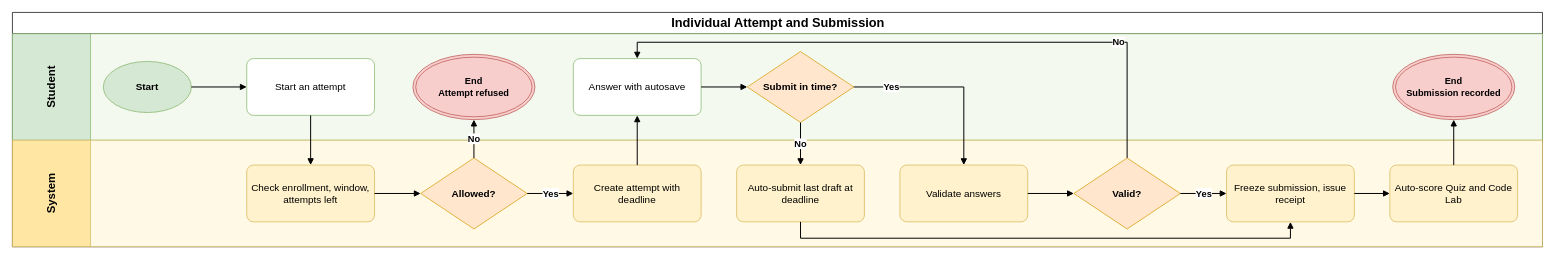
Before: aidlc-docs/inception/main-business-flows/BF-04-Individual-Attempt-and-Submission.drawio in hygef-v4/AI-Powered-Learning-Platform, a draw.io diagram. Source tidied: cells renumbered, new cells numbered last; positions are measured from the earlier drawing's top-left corner, leaving out a move shared by most shapes. Both pictures are drawn from the tidied source at 71%, with x=0, y=0 at pixel (12, 12).
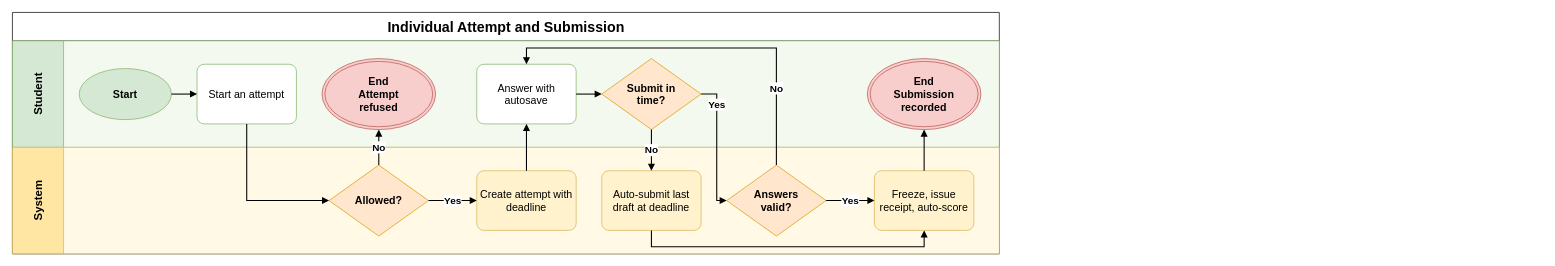
The same diagram, later.

The edit, as a diff of the source:
```diff
@@
-    <mxCell id="2" value="Individual Attempt and Submission" style="swimlane;horizontal=1;startSize=30;html=1;fontSize=18;fontStyle=1;align=center;verticalAlign=middle;" parent="1" vertex="1">
-      <mxGeometry width="2155" height="330" as="geometry" />
+    <mxCell id="2" value="Individual Attempt and Submission" style="swimlane;horizontal=1;startSize=40;html=1;fontSize=20;fontStyle=1;align=center;verticalAlign=middle;" parent="1" vertex="1">
+      <mxGeometry width="1390" height="340" as="geometry" />
     </mxCell>
-    <mxCell id="3" value="Student" style="swimlane;startSize=110;horizontal=0;html=1;whiteSpace=wrap;fillColor=#D5E8D4;swimlaneFillColor=#F3F9EE;strokeColor=#82B366;fontSize=16;fontStyle=1;align=center;verticalAlign=middle;spacing=6;" parent="2" vertex="1">
-      <mxGeometry y="30" width="2155" height="150" as="geometry" />
+    <mxCell id="3" value="Student" style="swimlane;startSize=72;horizontal=0;html=1;whiteSpace=wrap;fillColor=#D5E8D4;swimlaneFillColor=#F3F9EE;strokeColor=#82B366;fontSize=16;fontStyle=1;align=center;verticalAlign=middle;spacing=4;" parent="2" vertex="1">
+      <mxGeometry y="40" width="1390" height="150" as="geometry" />
     </mxCell>
-    <mxCell id="4" value="System" style="swimlane;startSize=110;horizontal=0;html=1;whiteSpace=wrap;fillColor=#FFE6A3;swimlaneFillColor=#FFF9E6;strokeColor=#D6B656;fontSize=16;fontStyle=1;align=center;verticalAlign=middle;spacing=6;" parent="2" vertex="1">
-      <mxGeometry y="180" width="2155" height="150" as="geometry" />
+    <mxCell id="4" value="System" style="swimlane;startSize=72;horizontal=0;html=1;whiteSpace=wrap;fillColor=#FFE6A3;swimlaneFillColor=#FFF9E6;strokeColor=#D6B656;fontSize=16;fontStyle=1;align=center;verticalAlign=middle;spacing=4;" parent="2" vertex="1">
+      <mxGeometry y="190" width="1390" height="150" as="geometry" />
     </mxCell>
-    <mxCell id="5" value="Start" style="ellipse;whiteSpace=wrap;html=1;fillColor=#D5E8D4;strokeColor=#82B366;fontStyle=1;fontSize=14;" parent="3" vertex="1">
-      <mxGeometry x="128" y="39" width="124" height="72" as="geometry" />
+    <mxCell id="5" value="Start" style="ellipse;whiteSpace=wrap;html=1;fillColor=#D5E8D4;strokeColor=#82B366;fontStyle=1;fontSize=15;" parent="3" vertex="1">
+      <mxGeometry x="94" y="39" width="130" height="72" as="geometry" />
     </mxCell>
-    <mxCell id="6" value="Start an attempt" style="rounded=1;whiteSpace=wrap;html=1;fillColor=#FFFFFF;strokeColor=#82B366;fontSize=14;spacing=6;arcSize=12;" parent="3" vertex="1">
-      <mxGeometry x="330" y="35" width="180" height="80" as="geometry" />
+    <mxCell id="6" value="Start an attempt" style="rounded=1;whiteSpace=wrap;html=1;fillColor=#FFFFFF;strokeColor=#82B366;fontSize=15;spacing=5;arcSize=12;" parent="3" vertex="1">
+      <mxGeometry x="260" y="33" width="140" height="84" as="geometry" />
     </mxCell>
-    <mxCell id="7" value="Check enrollment, window, attempts left" style="rounded=1;whiteSpace=wrap;html=1;fillColor=#FFF2CC;strokeColor=#D6B656;fontSize=14;spacing=6;arcSize=12;" parent="4" vertex="1">
-      <mxGeometry x="330" y="35" width="180" height="80" as="geometry" />
-    </mxCell>
-    <mxCell id="8" value="Allowed?" style="rhombus;whiteSpace=wrap;html=1;fillColor=#FFE6CC;strokeColor=#D79B00;fontStyle=1;fontSize=14;spacing=2;" parent="4" vertex="1">
-      <mxGeometry x="575" y="25" width="150" height="100" as="geometry" />
+    <mxCell id="8" value="Allowed?" style="rhombus;whiteSpace=wrap;html=1;fillColor=#FFE6CC;strokeColor=#D79B00;fontStyle=1;fontSize=15;spacing=2;spacingLeft=24;spacingRight=24;" parent="4" vertex="1">
+      <mxGeometry x="446" y="25" width="140" height="100" as="geometry" />
     </mxCell>
-    <mxCell id="9" value="End&lt;br&gt;Attempt refused" style="ellipse;shape=doubleEllipse;whiteSpace=wrap;html=1;fillColor=#F8CECC;strokeColor=#B85450;fontStyle=1;fontSize=13;" parent="3" vertex="1">
-      <mxGeometry x="564" y="29" width="172" height="92" as="geometry" />
+    <mxCell id="9" value="End&lt;br&gt;Attempt refused" style="ellipse;shape=doubleEllipse;whiteSpace=wrap;html=1;fillColor=#F8CECC;strokeColor=#B85450;fontStyle=1;fontSize=15;spacingLeft=26;spacingRight=26;" parent="3" vertex="1">
+      <mxGeometry x="436" y="25" width="160" height="100" as="geometry" />
     </mxCell>
-    <mxCell id="10" value="Create attempt with deadline" style="rounded=1;whiteSpace=wrap;html=1;fillColor=#FFF2CC;strokeColor=#D6B656;fontSize=14;spacing=6;arcSize=12;" parent="4" vertex="1">
-      <mxGeometry x="790" y="35" width="180" height="80" as="geometry" />
+    <mxCell id="10" value="Create attempt with deadline" style="rounded=1;whiteSpace=wrap;html=1;fillColor=#FFF2CC;strokeColor=#D6B656;fontSize=15;spacing=5;arcSize=12;" parent="4" vertex="1">
+      <mxGeometry x="654" y="33" width="140" height="84" as="geometry" />
     </mxCell>
-    <mxCell id="11" value="Answer with autosave" style="rounded=1;whiteSpace=wrap;html=1;fillColor=#FFFFFF;strokeColor=#82B366;fontSize=14;spacing=6;arcSize=12;" parent="3" vertex="1">
-      <mxGeometry x="790" y="35" width="180" height="80" as="geometry" />
+    <mxCell id="11" value="Answer with autosave" style="rounded=1;whiteSpace=wrap;html=1;fillColor=#FFFFFF;strokeColor=#82B366;fontSize=15;spacing=5;arcSize=12;" parent="3" vertex="1">
+      <mxGeometry x="654" y="33" width="140" height="84" as="geometry" />
     </mxCell>
-    <mxCell id="12" value="Submit in time?" style="rhombus;whiteSpace=wrap;html=1;fillColor=#FFE6CC;strokeColor=#D79B00;fontStyle=1;fontSize=14;spacing=2;" parent="3" vertex="1">
-      <mxGeometry x="1035" y="25" width="150" height="100" as="geometry" />
+    <mxCell id="12" value="Submit in time?" style="rhombus;whiteSpace=wrap;html=1;fillColor=#FFE6CC;strokeColor=#D79B00;fontStyle=1;fontSize=15;spacing=2;spacingLeft=24;spacingRight=24;" parent="3" vertex="1">
+      <mxGeometry x="830" y="25" width="140" height="100" as="geometry" />
     </mxCell>
-    <mxCell id="13" value="Auto-submit last draft at deadline" style="rounded=1;whiteSpace=wrap;html=1;fillColor=#FFF2CC;strokeColor=#D6B656;fontSize=14;spacing=6;arcSize=12;" parent="4" vertex="1">
-      <mxGeometry x="1020" y="35" width="180" height="80" as="geometry" />
+    <mxCell id="13" value="Auto-submit last draft at deadline" style="rounded=1;whiteSpace=wrap;html=1;fillColor=#FFF2CC;strokeColor=#D6B656;fontSize=15;spacing=5;arcSize=12;" parent="4" vertex="1">
+      <mxGeometry x="830" y="33" width="140" height="84" as="geometry" />
     </mxCell>
-    <mxCell id="14" value="Validate answers" style="rounded=1;whiteSpace=wrap;html=1;fillColor=#FFF2CC;strokeColor=#D6B656;fontSize=14;spacing=6;arcSize=12;" parent="4" vertex="1">
-      <mxGeometry x="1250" y="35" width="180" height="80" as="geometry" />
-    </mxCell>
-    <mxCell id="15" value="Valid?" style="rhombus;whiteSpace=wrap;html=1;fillColor=#FFE6CC;strokeColor=#D79B00;fontStyle=1;fontSize=14;spacing=2;" parent="4" vertex="1">
-      <mxGeometry x="1495" y="25" width="150" height="100" as="geometry" />
+    <mxCell id="15" value="Answers valid?" style="rhombus;whiteSpace=wrap;html=1;fillColor=#FFE6CC;strokeColor=#D79B00;fontStyle=1;fontSize=15;spacing=2;spacingLeft=24;spacingRight=24;" parent="4" vertex="1">
+      <mxGeometry x="1006" y="25" width="140" height="100" as="geometry" />
     </mxCell>
-    <mxCell id="16" value="Freeze submission, issue receipt" style="rounded=1;whiteSpace=wrap;html=1;fillColor=#FFF2CC;strokeColor=#D6B656;fontSize=14;spacing=6;arcSize=12;" parent="4" vertex="1">
-      <mxGeometry x="1710" y="35" width="180" height="80" as="geometry" />
+    <mxCell id="16" value="Freeze, issue receipt, auto-score" style="rounded=1;whiteSpace=wrap;html=1;fillColor=#FFF2CC;strokeColor=#D6B656;fontSize=15;spacing=5;arcSize=12;" parent="4" vertex="1">
+      <mxGeometry x="1214.1" y="33" width="140" height="84" as="geometry" />
     </mxCell>
-    <mxCell id="17" value="Auto-score Quiz and Code Lab" style="rounded=1;whiteSpace=wrap;html=1;fillColor=#FFF2CC;strokeColor=#D6B656;fontSize=14;spacing=6;arcSize=12;" parent="4" vertex="1">
-      <mxGeometry x="1940" y="35" width="180" height="80" as="geometry" />
-    </mxCell>
-    <mxCell id="18" value="End&lt;br&gt;Submission recorded" style="ellipse;shape=doubleEllipse;whiteSpace=wrap;html=1;fillColor=#F8CECC;strokeColor=#B85450;fontStyle=1;fontSize=13;" parent="3" vertex="1">
-      <mxGeometry x="1944" y="29" width="172" height="92" as="geometry" />
+    <mxCell id="18" value="End&lt;br&gt;Submission recorded" style="ellipse;shape=doubleEllipse;whiteSpace=wrap;html=1;fillColor=#F8CECC;strokeColor=#B85450;fontStyle=1;fontSize=15;spacingLeft=26;spacingRight=26;" parent="3" vertex="1">
+      <mxGeometry x="1204.1" y="25" width="160" height="100" as="geometry" />
     </mxCell>
-    <mxCell id="19" style="edgeStyle=orthogonalEdgeStyle;rounded=0;jettySize=18;html=1;endArrow=block;endFill=1;strokeWidth=1.4;labelBackgroundColor=#FFFFFF;fontSize=13;fontStyle=1;exitX=1;exitY=0.5;exitDx=0;exitDy=0;entryX=0;entryY=0.5;entryDx=0;entryDy=0;" parent="1" edge="1" source="5" target="6">
+    <mxCell id="19" style="edgeStyle=orthogonalEdgeStyle;rounded=0;jettySize=18;html=1;endArrow=block;endFill=1;strokeWidth=1.5;labelBackgroundColor=#FFFFFF;fontSize=14;fontStyle=1;exitX=1;exitY=0.5;exitDx=0;exitDy=0;entryX=0;entryY=0.5;entryDx=0;entryDy=0;" parent="1" edge="1" source="5" target="6">
       <mxGeometry relative="1" as="geometry" />
     </mxCell>
-    <mxCell id="20" style="edgeStyle=orthogonalEdgeStyle;rounded=0;jettySize=18;html=1;endArrow=block;endFill=1;strokeWidth=1.4;labelBackgroundColor=#FFFFFF;fontSize=13;fontStyle=1;exitX=0.5;exitY=1;exitDx=0;exitDy=0;entryX=0.5;entryY=0;entryDx=0;entryDy=0;" parent="1" edge="1" source="6" target="7">
-      <mxGeometry relative="1" as="geometry" />
+    <mxCell id="20" style="edgeStyle=orthogonalEdgeStyle;rounded=0;jettySize=18;html=1;endArrow=block;endFill=1;strokeWidth=1.5;labelBackgroundColor=#FFFFFF;fontSize=14;fontStyle=1;exitX=0.5;exitY=1;exitDx=0;exitDy=0;entryX=0;entryY=0.5;entryDx=0;entryDy=0;" parent="1" edge="1" source="6" target="8">
+      <mxGeometry relative="1" as="geometry">
+        <Array as="points">
+          <mxPoint x="330" y="265" />
+        </Array>
+      </mxGeometry>
     </mxCell>
-    <mxCell id="21" style="edgeStyle=orthogonalEdgeStyle;rounded=0;jettySize=18;html=1;endArrow=block;endFill=1;strokeWidth=1.4;labelBackgroundColor=#FFFFFF;fontSize=13;fontStyle=1;exitX=1;exitY=0.5;exitDx=0;exitDy=0;entryX=0;entryY=0.5;entryDx=0;entryDy=0;" parent="1" edge="1" source="7" target="8">
+    <mxCell id="21" value="No" style="edgeStyle=orthogonalEdgeStyle;rounded=0;jettySize=18;html=1;endArrow=block;endFill=1;strokeWidth=1.5;labelBackgroundColor=#FFFFFF;fontSize=14;fontStyle=1;exitX=0.5;exitY=0;exitDx=0;exitDy=0;entryX=0.5;entryY=1;entryDx=0;entryDy=0;" parent="1" edge="1" source="8" target="9">
       <mxGeometry relative="1" as="geometry" />
     </mxCell>
-    <mxCell id="22" value="No" style="edgeStyle=orthogonalEdgeStyle;rounded=0;jettySize=18;html=1;endArrow=block;endFill=1;strokeWidth=1.4;labelBackgroundColor=#FFFFFF;fontSize=13;fontStyle=1;exitX=0.5;exitY=0;exitDx=0;exitDy=0;entryX=0.5;entryY=1;entryDx=0;entryDy=0;" parent="1" edge="1" source="8" target="9">
+    <mxCell id="22" value="Yes" style="edgeStyle=orthogonalEdgeStyle;rounded=0;jettySize=18;html=1;endArrow=block;endFill=1;strokeWidth=1.5;labelBackgroundColor=#FFFFFF;fontSize=14;fontStyle=1;exitX=1;exitY=0.5;exitDx=0;exitDy=0;entryX=0;entryY=0.5;entryDx=0;entryDy=0;" parent="1" edge="1" source="8" target="10">
       <mxGeometry relative="1" as="geometry" />
     </mxCell>
-    <mxCell id="23" value="Yes" style="edgeStyle=orthogonalEdgeStyle;rounded=0;jettySize=18;html=1;endArrow=block;endFill=1;strokeWidth=1.4;labelBackgroundColor=#FFFFFF;fontSize=13;fontStyle=1;exitX=1;exitY=0.5;exitDx=0;exitDy=0;entryX=0;entryY=0.5;entryDx=0;entryDy=0;" parent="1" edge="1" source="8" target="10">
+    <mxCell id="23" style="edgeStyle=orthogonalEdgeStyle;rounded=0;jettySize=18;html=1;endArrow=block;endFill=1;strokeWidth=1.5;labelBackgroundColor=#FFFFFF;fontSize=14;fontStyle=1;exitX=0.5;exitY=0;exitDx=0;exitDy=0;entryX=0.5;entryY=1;entryDx=0;entryDy=0;" parent="1" edge="1" source="10" target="11">
       <mxGeometry relative="1" as="geometry" />
     </mxCell>
-    <mxCell id="24" style="edgeStyle=orthogonalEdgeStyle;rounded=0;jettySize=18;html=1;endArrow=block;endFill=1;strokeWidth=1.4;labelBackgroundColor=#FFFFFF;fontSize=13;fontStyle=1;exitX=0.5;exitY=0;exitDx=0;exitDy=0;entryX=0.5;entryY=1;entryDx=0;entryDy=0;" parent="1" edge="1" source="10" target="11">
+    <mxCell id="24" style="edgeStyle=orthogonalEdgeStyle;rounded=0;jettySize=18;html=1;endArrow=block;endFill=1;strokeWidth=1.5;labelBackgroundColor=#FFFFFF;fontSize=14;fontStyle=1;exitX=1;exitY=0.5;exitDx=0;exitDy=0;entryX=0;entryY=0.5;entryDx=0;entryDy=0;" parent="1" edge="1" source="11" target="12">
       <mxGeometry relative="1" as="geometry" />
     </mxCell>
-    <mxCell id="25" style="edgeStyle=orthogonalEdgeStyle;rounded=0;jettySize=18;html=1;endArrow=block;endFill=1;strokeWidth=1.4;labelBackgroundColor=#FFFFFF;fontSize=13;fontStyle=1;exitX=1;exitY=0.5;exitDx=0;exitDy=0;entryX=0;entryY=0.5;entryDx=0;entryDy=0;" parent="1" edge="1" source="11" target="12">
-      <mxGeometry relative="1" as="geometry" />
+    <mxCell id="25" value="Yes" style="edgeStyle=orthogonalEdgeStyle;rounded=0;jettySize=18;html=1;endArrow=block;endFill=1;strokeWidth=1.5;labelBackgroundColor=#FFFFFF;fontSize=14;fontStyle=1;exitX=1;exitY=0.5;exitDx=0;exitDy=0;entryX=0;entryY=0.5;entryDx=0;entryDy=0;" parent="1" edge="1" source="12" target="15">
+      <mxGeometry x="-0.6" relative="1" as="geometry">
+        <Array as="points">
+          <mxPoint x="992" y="115" />
+          <mxPoint x="992" y="265" />
+        </Array>
+      </mxGeometry>
     </mxCell>
-    <mxCell id="26" value="Yes" style="edgeStyle=orthogonalEdgeStyle;rounded=0;jettySize=18;html=1;endArrow=block;endFill=1;strokeWidth=1.4;labelBackgroundColor=#FFFFFF;fontSize=13;fontStyle=1;exitX=1;exitY=0.5;exitDx=0;exitDy=0;entryX=0.5;entryY=0;entryDx=0;entryDy=0;" parent="1" edge="1" source="12" target="14">
-      <mxGeometry x="-0.6" relative="1" as="geometry">
-        <Array as="points">
-          <mxPoint x="1340" y="105" />
-        </Array>
-      </mxGeometry>
+    <mxCell id="26" value="No" style="edgeStyle=orthogonalEdgeStyle;rounded=0;jettySize=18;html=1;endArrow=block;endFill=1;strokeWidth=1.5;labelBackgroundColor=#FFFFFF;fontSize=14;fontStyle=1;exitX=0.5;exitY=1;exitDx=0;exitDy=0;entryX=0.5;entryY=0;entryDx=0;entryDy=0;" parent="1" edge="1" source="12" target="13">
+      <mxGeometry relative="1" as="geometry" />
     </mxCell>
-    <mxCell id="27" value="No" style="edgeStyle=orthogonalEdgeStyle;rounded=0;jettySize=18;html=1;endArrow=block;endFill=1;strokeWidth=1.4;labelBackgroundColor=#FFFFFF;fontSize=13;fontStyle=1;exitX=0.5;exitY=1;exitDx=0;exitDy=0;entryX=0.5;entryY=0;entryDx=0;entryDy=0;" parent="1" edge="1" source="12" target="13">
-      <mxGeometry relative="1" as="geometry" />
+    <mxCell id="27" value="No" style="edgeStyle=orthogonalEdgeStyle;rounded=0;jettySize=18;html=1;endArrow=block;endFill=1;strokeWidth=1.5;labelBackgroundColor=#FFFFFF;fontSize=14;fontStyle=1;exitX=0.5;exitY=0;exitDx=0;exitDy=0;entryX=0.5;entryY=0;entryDx=0;entryDy=0;" parent="1" edge="1" source="15" target="11">
+      <mxGeometry x="-0.6" relative="1" as="geometry">
+        <Array as="points">
+          <mxPoint x="1076" y="50" />
+          <mxPoint x="724" y="50" />
+        </Array>
+      </mxGeometry>
     </mxCell>
-    <mxCell id="28" style="edgeStyle=orthogonalEdgeStyle;rounded=0;jettySize=18;html=1;endArrow=block;endFill=1;strokeWidth=1.4;labelBackgroundColor=#FFFFFF;fontSize=13;fontStyle=1;exitX=1;exitY=0.5;exitDx=0;exitDy=0;entryX=0;entryY=0.5;entryDx=0;entryDy=0;" parent="1" edge="1" source="14" target="15">
+    <mxCell id="28" value="Yes" style="edgeStyle=orthogonalEdgeStyle;rounded=0;jettySize=18;html=1;endArrow=block;endFill=1;strokeWidth=1.5;labelBackgroundColor=#FFFFFF;fontSize=14;fontStyle=1;exitX=1;exitY=0.5;exitDx=0;exitDy=0;entryX=0;entryY=0.5;entryDx=0;entryDy=0;" parent="1" edge="1" source="15" target="16">
       <mxGeometry relative="1" as="geometry" />
     </mxCell>
-    <mxCell id="29" value="No" style="edgeStyle=orthogonalEdgeStyle;rounded=0;jettySize=18;html=1;endArrow=block;endFill=1;strokeWidth=1.4;labelBackgroundColor=#FFFFFF;fontSize=13;fontStyle=1;exitX=0.5;exitY=0;exitDx=0;exitDy=0;entryX=0.5;entryY=0;entryDx=0;entryDy=0;" parent="1" edge="1" source="15" target="11">
-      <mxGeometry x="-0.6" relative="1" as="geometry">
+    <mxCell id="29" style="edgeStyle=orthogonalEdgeStyle;rounded=0;jettySize=18;html=1;endArrow=block;endFill=1;strokeWidth=1.5;labelBackgroundColor=#FFFFFF;fontSize=14;fontStyle=1;exitX=0.5;exitY=1;exitDx=0;exitDy=0;entryX=0.5;entryY=1;entryDx=0;entryDy=0;" parent="1" edge="1" source="13" target="16">
+      <mxGeometry relative="1" as="geometry">
         <Array as="points">
-          <mxPoint x="1570" y="42" />
-          <mxPoint x="880" y="42" />
+          <mxPoint x="900" y="330" />
+          <mxPoint x="1284.1" y="330" />
         </Array>
       </mxGeometry>
     </mxCell>
-    <mxCell id="30" value="Yes" style="edgeStyle=orthogonalEdgeStyle;rounded=0;jettySize=18;html=1;endArrow=block;endFill=1;strokeWidth=1.4;labelBackgroundColor=#FFFFFF;fontSize=13;fontStyle=1;exitX=1;exitY=0.5;exitDx=0;exitDy=0;entryX=0;entryY=0.5;entryDx=0;entryDy=0;" parent="1" edge="1" source="15" target="16">
+    <mxCell id="30" style="edgeStyle=orthogonalEdgeStyle;rounded=0;jettySize=18;html=1;endArrow=block;endFill=1;strokeWidth=1.5;labelBackgroundColor=#FFFFFF;fontSize=14;fontStyle=1;exitX=0.5;exitY=0;exitDx=0;exitDy=0;entryX=0.5;entryY=1;entryDx=0;entryDy=0;" parent="1" edge="1" source="16" target="18">
       <mxGeometry relative="1" as="geometry" />
     </mxCell>
-    <mxCell id="31" style="edgeStyle=orthogonalEdgeStyle;rounded=0;jettySize=18;html=1;endArrow=block;endFill=1;strokeWidth=1.4;labelBackgroundColor=#FFFFFF;fontSize=13;fontStyle=1;exitX=0.5;exitY=1;exitDx=0;exitDy=0;entryX=0.5;entryY=1;entryDx=0;entryDy=0;" parent="1" edge="1" source="13" target="16">
-      <mxGeometry relative="1" as="geometry">
-        <Array as="points">
-          <mxPoint x="1110" y="318" />
-          <mxPoint x="1800" y="318" />
-        </Array>
-      </mxGeometry>
-    </mxCell>
-    <mxCell id="32" style="edgeStyle=orthogonalEdgeStyle;rounded=0;jettySize=18;html=1;endArrow=block;endFill=1;strokeWidth=1.4;labelBackgroundColor=#FFFFFF;fontSize=13;fontStyle=1;exitX=1;exitY=0.5;exitDx=0;exitDy=0;entryX=0;entryY=0.5;entryDx=0;entryDy=0;" parent="1" edge="1" source="16" target="17">
-      <mxGeometry relative="1" as="geometry" />
-    </mxCell>
-    <mxCell id="33" style="edgeStyle=orthogonalEdgeStyle;rounded=0;jettySize=18;html=1;endArrow=block;endFill=1;strokeWidth=1.4;labelBackgroundColor=#FFFFFF;fontSize=13;fontStyle=1;exitX=0.5;exitY=0;exitDx=0;exitDy=0;entryX=0.5;entryY=1;entryDx=0;entryDy=0;" parent="1" edge="1" source="17" target="18">
-      <mxGeometry relative="1" as="geometry" />
-    </mxCell>
```
